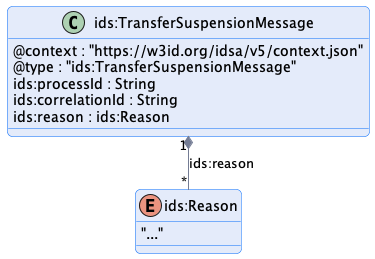
International-Data-Spaces-Association/ids-specification keeps this PlantUML diagram as transfer/images/transfer-suspension-message.png. Above is the earlier version. Its diagram source:
```plantuml
@startuml "transfer-suspension-message"
!pragma layout smetana

!include ../../diagrams/diagram.styles.puml

hide empty description


class "ids:TransferSuspensionMessage" {
    @context : "https://w3id.org/idsa/v5/context.json"
    @type : "ids:TransferSuspensionMessage"
    ids:processId : String
    ids:correlationId : String
    ids:reason : ids:Reason
}

enum ids:Reason {
    "..."
}

"ids:TransferSuspensionMessage" "1" *-- "*" "ids:Reason" : "ids:reason"

@enduml
```
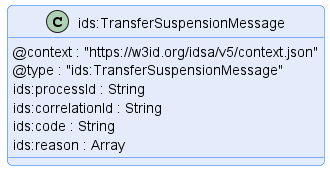
After the change.

The edit, as a diff of the source:
```diff
@@ -11,13 +11,8 @@
     @type : "ids:TransferSuspensionMessage"
     ids:processId : String
     ids:correlationId : String
-    ids:reason : ids:Reason
+    ids:code : String
+    ids:reason : Array
 }
 
-enum ids:Reason {
-    "..."
-}
-
-"ids:TransferSuspensionMessage" "1" *-- "*" "ids:Reason" : "ids:reason"
-
 @enduml
```
